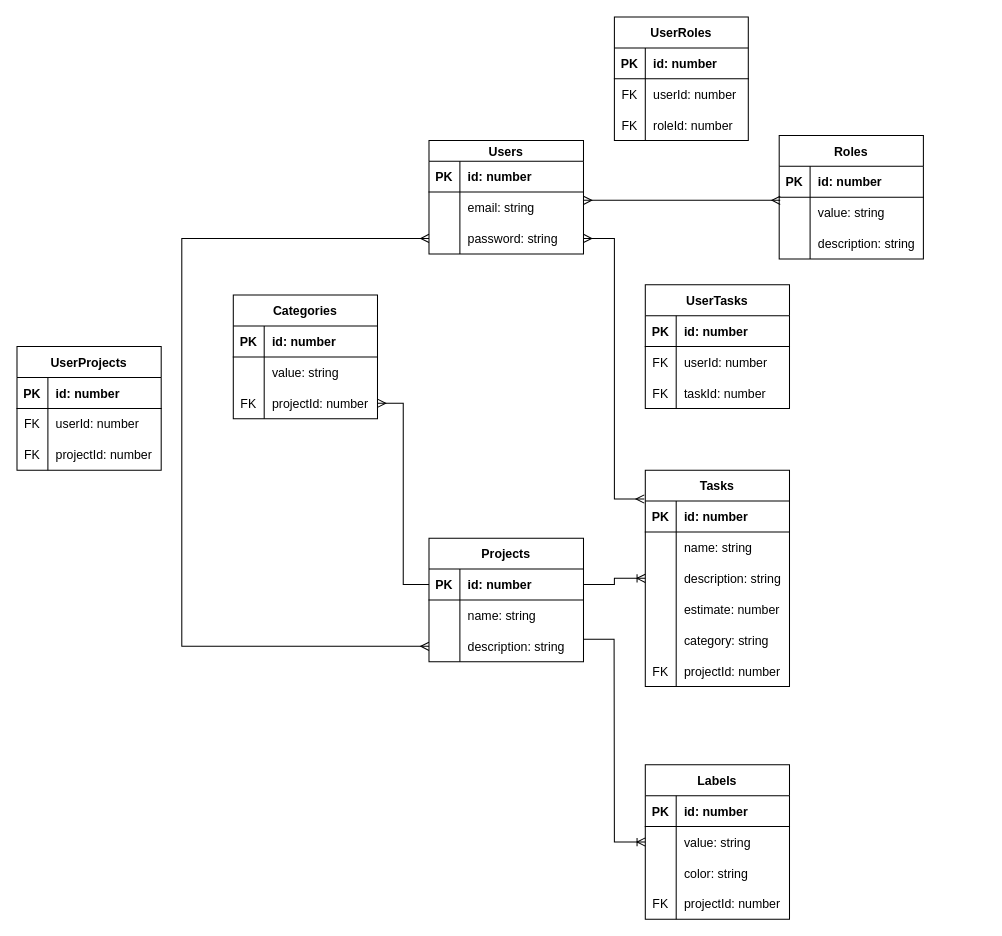
Above: docs/DatabaseSchema.drawio in kurockett/stoei-course-project (draw.io), before the change. Source tidied: cells renumbered, new cells numbered last; positions are measured from the earlier drawing's top-left corner, leaving out a move shared by most shapes. Both pictures are drawn from the tidied source at 103%, with x=0, y=0 at pixel (16, 16).
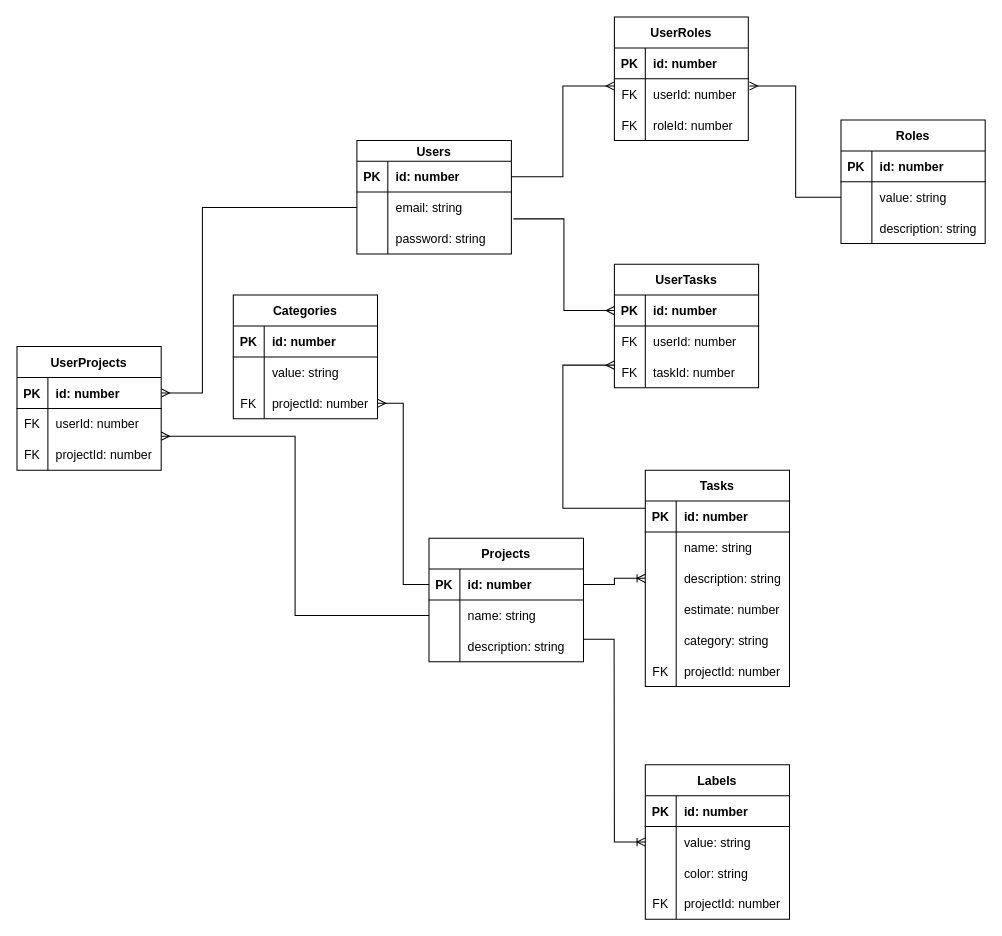
After the change.

Unchanged cells that the change refers to:
```xml
<mxCell id="3" style="shape=partialRectangle;fillColor=none;top=0;left=0;bottom=1;right=0;points=[[0,0.5],[1,0.5]];portConstraint=eastwest;fontStyle=0;" parent="2" vertex="1">
  <mxGeometry y="20" width="150" height="30" as="geometry" />
</mxCell>
<mxCell id="6" style="shape=partialRectangle;fillColor=none;top=0;left=0;bottom=0;right=0;points=[[0,0.5],[1,0.5]];portConstraint=eastwest;fontStyle=0;" parent="2" vertex="1">
  <mxGeometry y="50" width="150" height="30" as="geometry" />
</mxCell>
<mxCell id="9" style="shape=partialRectangle;fillColor=none;top=0;left=0;bottom=0;right=0;points=[[0,0.5],[1,0.5]];portConstraint=eastwest;fontStyle=0;" parent="2" vertex="1">
  <mxGeometry y="80" width="150" height="30" as="geometry" />
</mxCell>
<mxCell id="16" style="shape=partialRectangle;fillColor=none;top=0;left=0;bottom=0;right=0;points=[[0,0.5],[1,0.5]];portConstraint=eastwest;fontStyle=0;" parent="12" vertex="1">
  <mxGeometry y="60" width="140" height="30" as="geometry" />
</mxCell>
<mxCell id="26" style="shape=partialRectangle;fillColor=none;top=0;left=0;bottom=0;right=0;points=[[0,0.5],[1,0.5]];portConstraint=eastwest;fontStyle=0;" parent="22" vertex="1">
  <mxGeometry y="60" width="130" height="30" as="geometry" />
</mxCell>
<mxCell id="36" style="shape=partialRectangle;fillColor=none;top=0;left=0;bottom=0;right=0;points=[[0,0.5],[1,0.5]];portConstraint=eastwest;fontStyle=0;" parent="32" vertex="1">
  <mxGeometry y="60" width="150" height="30" as="geometry" />
</mxCell>
<mxCell id="39" style="shape=partialRectangle;fillColor=none;top=0;left=0;bottom=0;right=0;points=[[0,0.5],[1,0.5]];portConstraint=eastwest;fontStyle=0;" parent="32" vertex="1">
  <mxGeometry y="90" width="150" height="30" as="geometry" />
</mxCell>
<mxCell id="43" style="shape=partialRectangle;fillColor=none;top=0;left=0;bottom=1;right=0;points=[[0,0.5],[1,0.5]];portConstraint=eastwest;fontStyle=0;" parent="42" vertex="1">
  <mxGeometry y="30" width="140" height="30" as="geometry" />
</mxCell>
<mxCell id="62" style="shape=partialRectangle;fillColor=none;top=0;left=0;bottom=1;right=0;points=[[0,0.5],[1,0.5]];portConstraint=eastwest;fontStyle=0;" parent="61" vertex="1">
  <mxGeometry y="30" width="140" height="30" as="geometry" />
</mxCell>
<mxCell id="88" style="shape=partialRectangle;fillColor=none;top=0;left=0;bottom=1;right=0;points=[[0,0.5],[1,0.5]];portConstraint=eastwest;fontStyle=0;" parent="87" vertex="1">
  <mxGeometry y="30" width="140" height="30" as="geometry" />
</mxCell>
```

The edit, as a diff of the source:
```diff
@@
     <mxCell id="2" value="Users" style="shape=table;startSize=20;childLayout=tableLayout;rowLines=0;fontStyle=1;align=center;" parent="1" vertex="1">
-      <mxGeometry x="400" y="120" width="150" height="110" as="geometry" />
+      <mxGeometry x="330" y="120" width="150" height="110" as="geometry" />
     </mxCell>
@@
     <mxCell id="12" value="Roles" style="shape=table;startSize=30;childLayout=tableLayout;rowLines=0;fontStyle=1;align=center;" parent="1" vertex="1">
-      <mxGeometry x="740" y="115" width="140" height="120" as="geometry" />
+      <mxGeometry x="800" y="100" width="140" height="120" as="geometry" />
     </mxCell>
@@
-    <mxCell id="71" style="edgeStyle=elbowEdgeStyle;fontSize=12;html=1;endArrow=ERmany;startArrow=ERmany;rounded=0;exitX=0;exitY=0.5;exitDx=0;exitDy=0;entryX=0;entryY=0.5;entryDx=0;entryDy=0;fontStyle=0;" parent="1" edge="1" source="9" target="39">
-      <mxGeometry relative="1" as="geometry">
-        <Array as="points">
-          <mxPoint x="160" y="420" />
-        </Array>
-      </mxGeometry>
-    </mxCell>
@@
     <mxCell id="87" value="UserTasks" style="shape=table;startSize=30;childLayout=tableLayout;rowLines=0;fontStyle=1;align=center;" parent="1" vertex="1">
-      <mxGeometry x="610" y="260" width="140" height="120" as="geometry" />
+      <mxGeometry x="580" y="240" width="140" height="120" as="geometry" />
     </mxCell>
@@
-    <mxCell id="107" style="edgeStyle=elbowEdgeStyle;fontSize=12;html=1;endArrow=ERmany;startArrow=ERmany;rounded=0;entryX=1;entryY=0.5;entryDx=0;entryDy=0;exitX=-0.007;exitY=-0.067;exitDx=0;exitDy=0;exitPerimeter=0;" parent="1" edge="1" source="43" target="9">
-      <mxGeometry relative="1" as="geometry" />
-    </mxCell>
-    <mxCell id="108" style="fontSize=12;html=1;endArrow=ERmany;startArrow=ERmany;rounded=0;entryX=0.007;entryY=0.1;entryDx=0;entryDy=0;entryPerimeter=0;" parent="1" edge="1" target="16">
-      <mxGeometry relative="1" as="geometry">
-        <mxPoint x="550" y="178" as="sourcePoint" />
-      </mxGeometry>
-    </mxCell>
@@
+    <mxCell id="110" style="edgeStyle=elbowEdgeStyle;fontSize=12;html=1;endArrow=ERmany;rounded=0;exitX=0;exitY=0.5;exitDx=0;exitDy=0;" parent="1" edge="1" source="36">
+      <mxGeometry relative="1" as="geometry">
+        <mxPoint x="140" y="407" as="targetPoint" />
+      </mxGeometry>
+    </mxCell>
+    <mxCell id="111" style="edgeStyle=elbowEdgeStyle;fontSize=12;html=1;endArrow=ERmany;rounded=0;exitX=0;exitY=0.5;exitDx=0;exitDy=0;entryX=1;entryY=0.5;entryDx=0;entryDy=0;" parent="1" edge="1" source="6" target="62">
+      <mxGeometry relative="1" as="geometry">
+        <Array as="points">
+          <mxPoint x="180" y="270" />
+        </Array>
+      </mxGeometry>
+    </mxCell>
+    <mxCell id="112" style="edgeStyle=elbowEdgeStyle;fontSize=12;html=1;endArrow=ERmany;rounded=0;exitX=0;exitY=0.5;exitDx=0;exitDy=0;entryX=1.008;entryY=0.233;entryDx=0;entryDy=0;entryPerimeter=0;" parent="1" edge="1" source="16" target="26">
+      <mxGeometry relative="1" as="geometry" />
+    </mxCell>
+    <mxCell id="113" style="edgeStyle=elbowEdgeStyle;fontSize=12;html=1;endArrow=ERmany;rounded=0;exitX=1;exitY=0.5;exitDx=0;exitDy=0;" parent="1" edge="1" source="3">
+      <mxGeometry relative="1" as="geometry">
+        <mxPoint x="580" y="67" as="targetPoint" />
+      </mxGeometry>
+    </mxCell>
+    <mxCell id="114" style="edgeStyle=elbowEdgeStyle;fontSize=12;html=1;endArrow=ERmany;rounded=0;exitX=1.013;exitY=-0.133;exitDx=0;exitDy=0;entryX=0;entryY=0.5;entryDx=0;entryDy=0;exitPerimeter=0;" parent="1" edge="1" source="9" target="88">
+      <mxGeometry relative="1" as="geometry" />
+    </mxCell>
+    <mxCell id="115" style="edgeStyle=elbowEdgeStyle;fontSize=12;html=1;endArrow=ERmany;rounded=0;exitX=0;exitY=0.233;exitDx=0;exitDy=0;exitPerimeter=0;" parent="1" edge="1" source="43">
+      <mxGeometry relative="1" as="geometry">
+        <mxPoint x="580" y="338" as="targetPoint" />
+        <Array as="points">
+          <mxPoint x="530" y="410" />
+        </Array>
+      </mxGeometry>
+    </mxCell>
```
